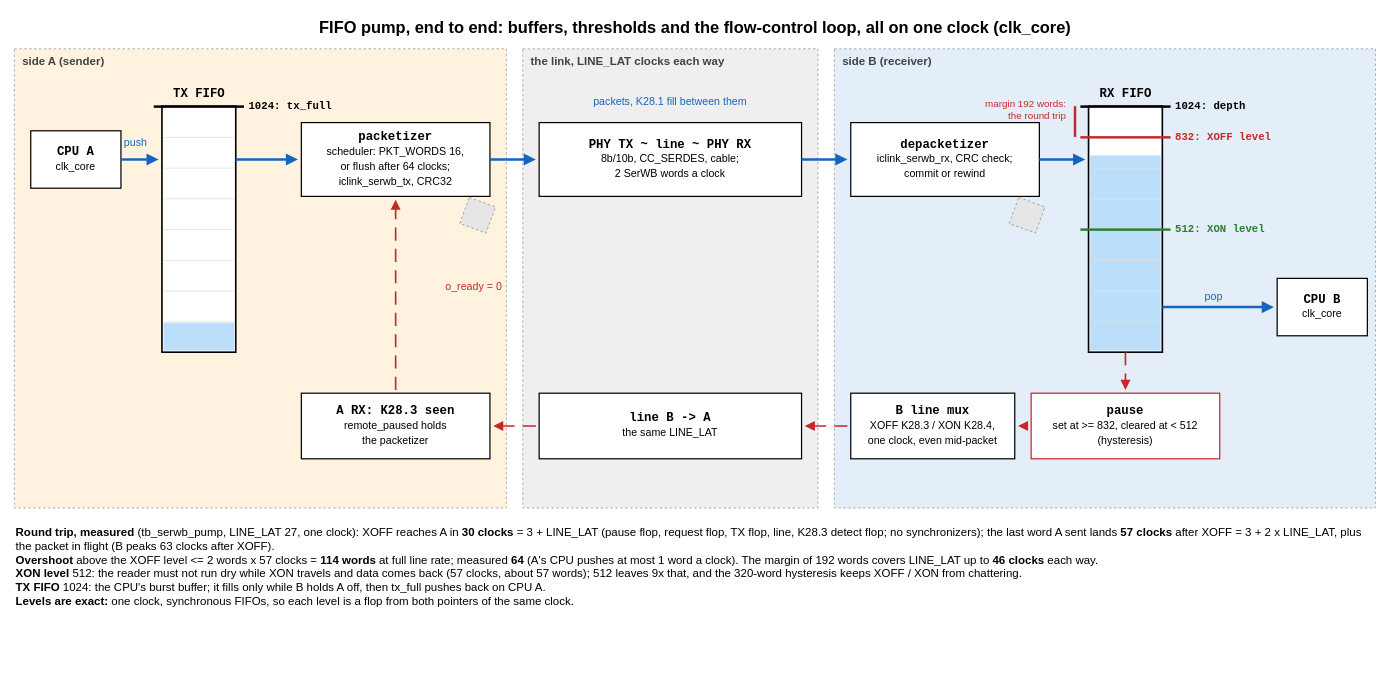
This is 7.SerDes/0.doc/serwb-pump-e2e.drawio from chili-chips-ba/openCologne, a draw.io file, before an edit. Source tidied: cells renumbered, new cells numbered last; positions are measured from the earlier drawing's top-left corner, leaving out a move shared by most shapes. Both pictures are drawn from the tidied source at 82%, with x=0, y=0 at pixel (14, 14). Pictures stored in the file or linked from it are replaced by grey dashed boxes.
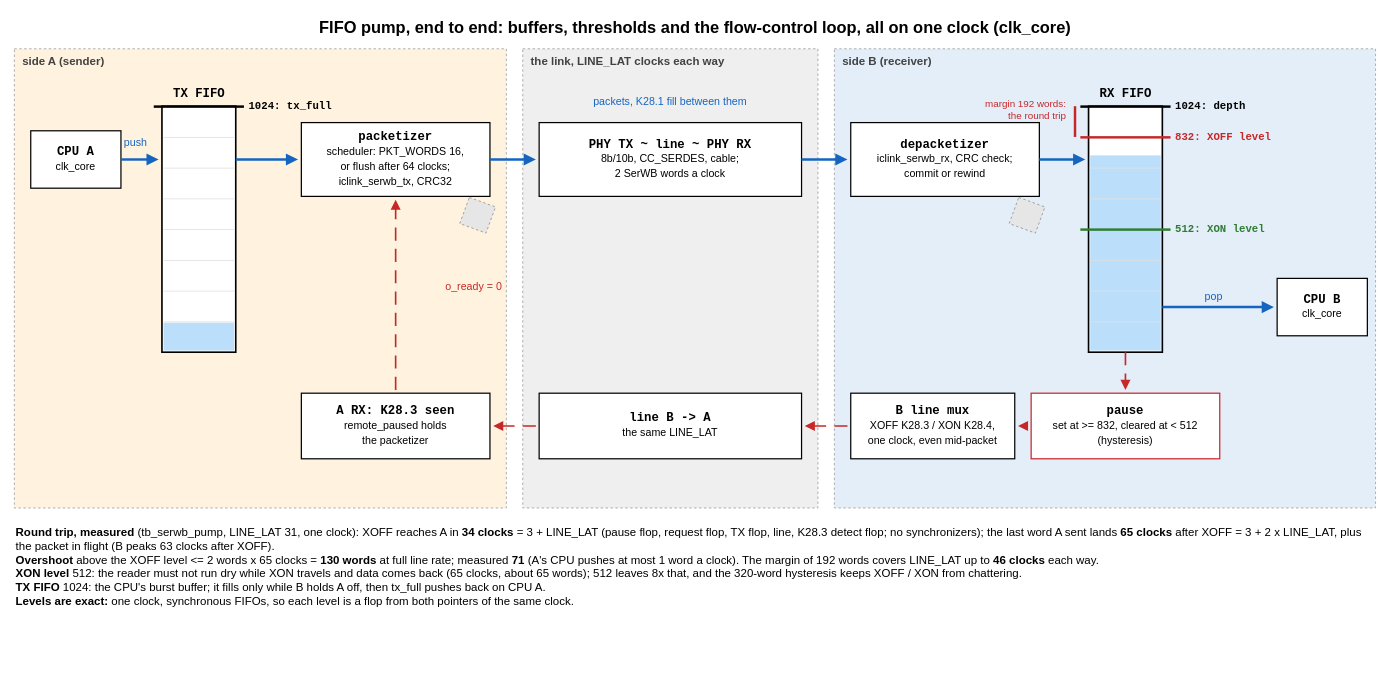
Above is the later version.

Change to the diagram source:
```diff
@@
-    <mxCell id="65" value="&lt;b&gt;Round trip, measured&lt;/b&gt; (tb_serwb_pump, LINE_LAT 27, one clock): XOFF reaches A in &lt;b&gt;30 clocks&lt;/b&gt; = 3 + LINE_LAT (pause flop, request flop, TX flop, line, K28.3 detect flop; no synchronizers); the last word A sent lands &lt;b&gt;57 clocks&lt;/b&gt; after XOFF = 3 + 2 x LINE_LAT, plus the packet in flight (B peaks 63 clocks after XOFF).&lt;br&gt;&lt;b&gt;Overshoot&lt;/b&gt; above the XOFF level &amp;lt;= 2 words x 57 clocks = &lt;b&gt;114 words&lt;/b&gt; at full line rate; measured &lt;b&gt;64&lt;/b&gt; (A's CPU pushes at most 1 word a clock). The margin of 192 words covers LINE_LAT up to &lt;b&gt;46 clocks&lt;/b&gt; each way.&lt;br&gt;&lt;b&gt;XON level&lt;/b&gt; 512: the reader must not run dry while XON travels and data comes back (57 clocks, about 57 words); 512 leaves 9x that, and the 320-word hysteresis keeps XOFF / XON from chattering.&lt;br&gt;&lt;b&gt;TX FIFO&lt;/b&gt; 1024: the CPU's burst buffer; it fills only while B holds A off, then tx_full pushes back on CPU A.&lt;br&gt;&lt;b&gt;Levels are exact:&lt;/b&gt; one clock, synchronous FIFOs, so each level is a flop from both pointers of the same clock." style="text;html=1;align=left;verticalAlign=top;fontSize=14;fontColor=#000000;whiteSpace=wrap;fontFamily=Helvetica;" parent="1" vertex="1">
+    <mxCell id="65" value="&lt;b&gt;Round trip, measured&lt;/b&gt; (tb_serwb_pump, LINE_LAT 31, one clock): XOFF reaches A in &lt;b&gt;34 clocks&lt;/b&gt; = 3 + LINE_LAT (pause flop, request flop, TX flop, line, K28.3 detect flop; no synchronizers); the last word A sent lands &lt;b&gt;65 clocks&lt;/b&gt; after XOFF = 3 + 2 x LINE_LAT, plus the packet in flight (B peaks 63 clocks after XOFF).&lt;br&gt;&lt;b&gt;Overshoot&lt;/b&gt; above the XOFF level &amp;lt;= 2 words x 65 clocks = &lt;b&gt;130 words&lt;/b&gt; at full line rate; measured &lt;b&gt;71&lt;/b&gt; (A's CPU pushes at most 1 word a clock). The margin of 192 words covers LINE_LAT up to &lt;b&gt;46 clocks&lt;/b&gt; each way.&lt;br&gt;&lt;b&gt;XON level&lt;/b&gt; 512: the reader must not run dry while XON travels and data comes back (65 clocks, about 65 words); 512 leaves 8x that, and the 320-word hysteresis keeps XOFF / XON from chattering.&lt;br&gt;&lt;b&gt;TX FIFO&lt;/b&gt; 1024: the CPU's burst buffer; it fills only while B holds A off, then tx_full pushes back on CPU A.&lt;br&gt;&lt;b&gt;Levels are exact:&lt;/b&gt; one clock, synchronous FIFOs, so each level is a flop from both pointers of the same clock." style="text;html=1;align=left;verticalAlign=top;fontSize=14;fontColor=#000000;whiteSpace=wrap;fontFamily=Helvetica;" parent="1" vertex="1">
       <mxGeometry y="617" width="1660" height="170" as="geometry" />
     </mxCell>
```
